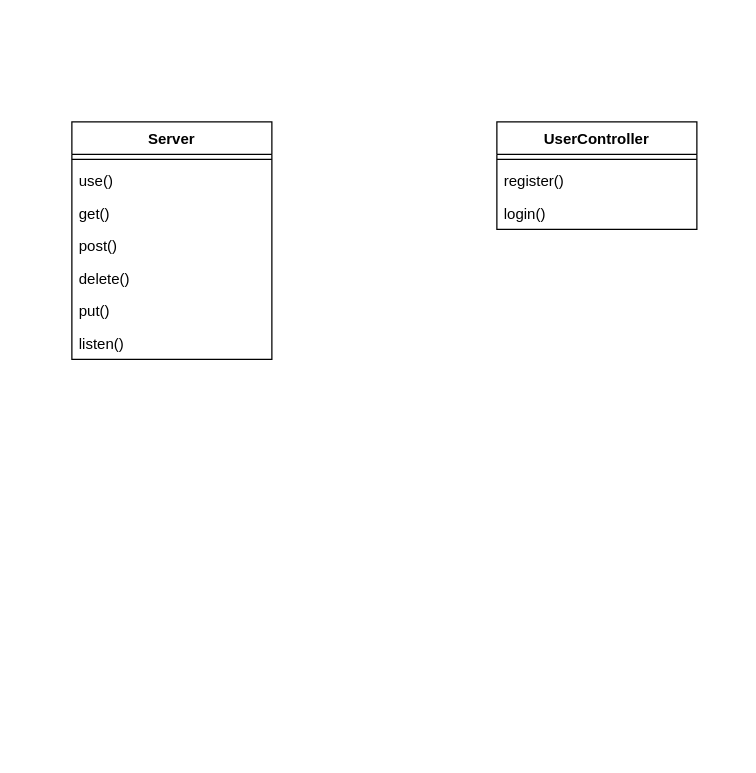
Before: DiagramaClass.drawio in manuely32/Diagramas, a draw.io diagram. Source tidied: cells renumbered, new cells numbered last; positions are measured from the earlier drawing's top-left corner, leaving out a move shared by most shapes. Both pictures are drawn from the tidied source at 125%, with x=0, y=0 at pixel (71, 121).
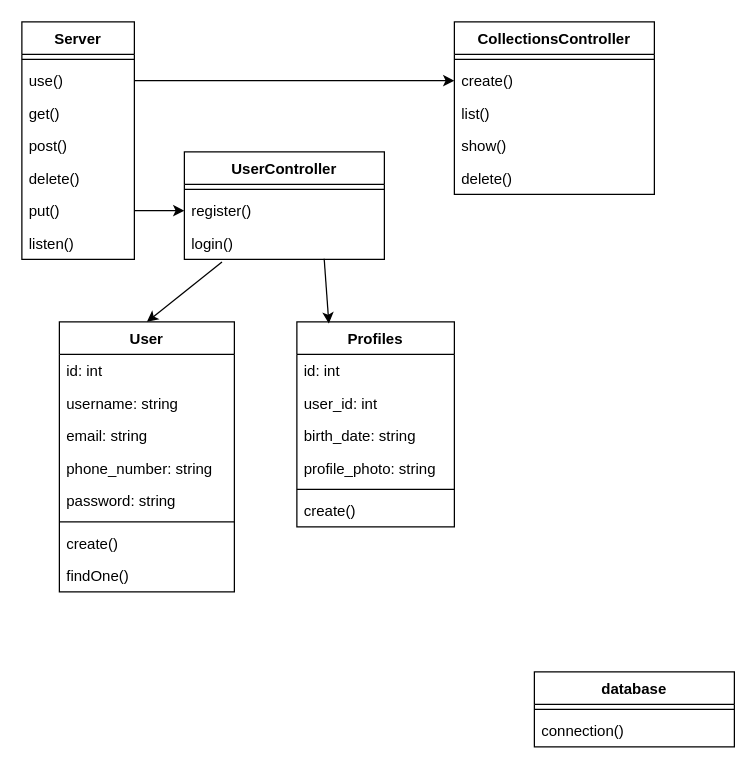
The same diagram, later.

The change refers to these unchanged cells:
```xml
<mxCell id="12" value="register()" style="text;strokeColor=none;fillColor=none;align=left;verticalAlign=top;spacingLeft=4;spacingRight=4;overflow=hidden;points=[[0,0.5],[1,0.5]];portConstraint=eastwest;whiteSpace=wrap;html=1;" parent="10" vertex="1">
  <mxGeometry y="34" width="160" height="26" as="geometry" />
</mxCell>
<mxCell id="13" value="login()" style="text;strokeColor=none;fillColor=none;align=left;verticalAlign=top;spacingLeft=4;spacingRight=4;overflow=hidden;points=[[0,0.5],[1,0.5]];portConstraint=eastwest;whiteSpace=wrap;html=1;" parent="10" vertex="1">
  <mxGeometry y="60" width="160" height="26" as="geometry" />
</mxCell>
```

The edit, as a diff of the source:
```diff
@@
     <mxCell id="2" value="Server" style="swimlane;fontStyle=1;align=center;verticalAlign=top;horizontal=1;startSize=26;whiteSpace=wrap;html=1;" parent="1" vertex="1">
-      <mxGeometry width="160" height="190" as="geometry" />
+      <mxGeometry x="-40" y="-80" width="90" height="190" as="geometry" />
     </mxCell>
     <mxCell id="3" style="line;strokeWidth=1;fillColor=none;align=left;verticalAlign=middle;spacingTop=-1;spacingLeft=3;spacingRight=3;labelPosition=right;strokeColor=inherit;" parent="2" vertex="1">
-      <mxGeometry y="26" width="160" height="8" as="geometry" />
+      <mxGeometry y="26" width="90" height="8" as="geometry" />
     </mxCell>
     <mxCell id="4" value="use()" style="text;strokeColor=none;fillColor=none;align=left;verticalAlign=top;spacingLeft=4;spacingRight=4;overflow=hidden;points=[[0,0.5],[1,0.5]];portConstraint=eastwest;whiteSpace=wrap;html=1;" parent="2" vertex="1">
-      <mxGeometry y="34" width="160" height="26" as="geometry" />
+      <mxGeometry y="34" width="90" height="26" as="geometry" />
     </mxCell>
     <mxCell id="5" value="get()" style="text;strokeColor=none;fillColor=none;align=left;verticalAlign=top;spacingLeft=4;spacingRight=4;overflow=hidden;whiteSpace=wrap;html=1;" parent="2" vertex="1">
-      <mxGeometry y="60" width="160" height="26" as="geometry" />
+      <mxGeometry y="60" width="90" height="26" as="geometry" />
     </mxCell>
     <mxCell id="6" value="post()" style="text;strokeColor=none;fillColor=none;align=left;verticalAlign=top;spacingLeft=4;spacingRight=4;overflow=hidden;whiteSpace=wrap;html=1;" parent="2" vertex="1">
-      <mxGeometry y="86" width="160" height="26" as="geometry" />
+      <mxGeometry y="86" width="90" height="26" as="geometry" />
     </mxCell>
     <mxCell id="7" value="delete()" style="text;strokeColor=none;fillColor=none;align=left;verticalAlign=top;spacingLeft=4;spacingRight=4;overflow=hidden;whiteSpace=wrap;html=1;" parent="2" vertex="1">
-      <mxGeometry y="112" width="160" height="26" as="geometry" />
+      <mxGeometry y="112" width="90" height="26" as="geometry" />
     </mxCell>
     <mxCell id="8" value="put()" style="text;strokeColor=none;fillColor=none;align=left;verticalAlign=top;spacingLeft=4;spacingRight=4;overflow=hidden;points=[[0,0.5],[1,0.5]];portConstraint=eastwest;whiteSpace=wrap;html=1;" parent="2" vertex="1">
-      <mxGeometry y="138" width="160" height="26" as="geometry" />
+      <mxGeometry y="138" width="90" height="26" as="geometry" />
     </mxCell>
     <mxCell id="9" value="listen()" style="text;strokeColor=none;fillColor=none;align=left;verticalAlign=top;spacingLeft=4;spacingRight=4;overflow=hidden;whiteSpace=wrap;html=1;" parent="2" vertex="1">
-      <mxGeometry y="164" width="160" height="26" as="geometry" />
+      <mxGeometry y="164" width="90" height="26" as="geometry" />
     </mxCell>
     <mxCell id="10" value="UserController" style="swimlane;fontStyle=1;align=center;verticalAlign=top;horizontal=1;startSize=26;whiteSpace=wrap;html=1;" parent="1" vertex="1">
-      <mxGeometry x="340" width="160" height="86" as="geometry" />
+      <mxGeometry x="90" y="24" width="160" height="86" as="geometry" />
     </mxCell>
@@
+    <mxCell id="14" value="User" style="swimlane;fontStyle=1;align=center;verticalAlign=top;horizontal=1;startSize=26;whiteSpace=wrap;html=1;" parent="1" vertex="1">
+      <mxGeometry x="-10" y="160" width="140" height="216" as="geometry" />
+    </mxCell>
+    <mxCell id="15" value="id: int" style="text;strokeColor=none;fillColor=none;align=left;verticalAlign=top;spacingLeft=4;spacingRight=4;overflow=hidden;whiteSpace=wrap;html=1;" parent="14" vertex="1">
+      <mxGeometry y="26" width="140" height="26" as="geometry" />
+    </mxCell>
+    <mxCell id="16" value="username: string" style="text;strokeColor=none;fillColor=none;align=left;verticalAlign=top;spacingLeft=4;spacingRight=4;overflow=hidden;whiteSpace=wrap;html=1;" parent="14" vertex="1">
+      <mxGeometry y="52" width="140" height="26" as="geometry" />
+    </mxCell>
+    <mxCell id="17" value="email: string" style="text;strokeColor=none;fillColor=none;align=left;verticalAlign=top;spacingLeft=4;spacingRight=4;overflow=hidden;whiteSpace=wrap;html=1;" parent="14" vertex="1">
+      <mxGeometry y="78" width="140" height="26" as="geometry" />
+    </mxCell>
+    <mxCell id="18" value="phone_number: string" style="text;strokeColor=none;fillColor=none;align=left;verticalAlign=top;spacingLeft=4;spacingRight=4;overflow=hidden;whiteSpace=wrap;html=1;" parent="14" vertex="1">
+      <mxGeometry y="104" width="140" height="26" as="geometry" />
+    </mxCell>
+    <mxCell id="19" value="password: string" style="text;strokeColor=none;fillColor=none;align=left;verticalAlign=top;spacingLeft=4;spacingRight=4;overflow=hidden;whiteSpace=wrap;html=1;" parent="14" vertex="1">
+      <mxGeometry y="130" width="140" height="26" as="geometry" />
+    </mxCell>
+    <mxCell id="20" style="line;strokeWidth=1;fillColor=none;align=left;verticalAlign=middle;spacingTop=-1;spacingLeft=3;spacingRight=3;labelPosition=right;strokeColor=inherit;" parent="14" vertex="1">
+      <mxGeometry y="156" width="140" height="8" as="geometry" />
+    </mxCell>
+    <mxCell id="21" value="create()" style="text;strokeColor=none;fillColor=none;align=left;verticalAlign=top;spacingLeft=4;spacingRight=4;overflow=hidden;whiteSpace=wrap;html=1;" parent="14" vertex="1">
+      <mxGeometry y="164" width="140" height="26" as="geometry" />
+    </mxCell>
+    <mxCell id="22" value="findOne()" style="text;strokeColor=none;fillColor=none;align=left;verticalAlign=top;spacingLeft=4;spacingRight=4;overflow=hidden;whiteSpace=wrap;html=1;" parent="14" vertex="1">
+      <mxGeometry y="190" width="140" height="26" as="geometry" />
+    </mxCell>
+    <mxCell id="23" value="Profiles" style="swimlane;fontStyle=1;align=center;verticalAlign=top;horizontal=1;startSize=26;whiteSpace=wrap;html=1;" parent="1" vertex="1">
+      <mxGeometry x="180" y="160" width="126" height="164" as="geometry" />
+    </mxCell>
+    <mxCell id="24" value="id: int" style="text;strokeColor=none;fillColor=none;align=left;verticalAlign=top;spacingLeft=4;spacingRight=4;overflow=hidden;whiteSpace=wrap;html=1;" parent="23" vertex="1">
+      <mxGeometry y="26" width="126" height="26" as="geometry" />
+    </mxCell>
+    <mxCell id="25" value="user_id: int" style="text;strokeColor=none;fillColor=none;align=left;verticalAlign=top;spacingLeft=4;spacingRight=4;overflow=hidden;whiteSpace=wrap;html=1;" parent="23" vertex="1">
+      <mxGeometry y="52" width="126" height="26" as="geometry" />
+    </mxCell>
+    <mxCell id="26" value="birth_date: string" style="text;strokeColor=none;fillColor=none;align=left;verticalAlign=top;spacingLeft=4;spacingRight=4;overflow=hidden;whiteSpace=wrap;html=1;" parent="23" vertex="1">
+      <mxGeometry y="78" width="126" height="26" as="geometry" />
+    </mxCell>
+    <mxCell id="27" value="profile_photo: string" style="text;strokeColor=none;fillColor=none;align=left;verticalAlign=top;spacingLeft=4;spacingRight=4;overflow=hidden;whiteSpace=wrap;html=1;" parent="23" vertex="1">
+      <mxGeometry y="104" width="126" height="26" as="geometry" />
+    </mxCell>
+    <mxCell id="28" style="line;strokeWidth=1;fillColor=none;align=left;verticalAlign=middle;spacingTop=-1;spacingLeft=3;spacingRight=3;labelPosition=right;strokeColor=inherit;" parent="23" vertex="1">
+      <mxGeometry y="130" width="126" height="8" as="geometry" />
+    </mxCell>
+    <mxCell id="29" value="create()" style="text;strokeColor=none;fillColor=none;align=left;verticalAlign=top;spacingLeft=4;spacingRight=4;overflow=hidden;whiteSpace=wrap;html=1;" parent="23" vertex="1">
+      <mxGeometry y="138" width="126" height="26" as="geometry" />
+    </mxCell>
+    <mxCell id="30" value="database" style="swimlane;fontStyle=1;align=center;verticalAlign=top;horizontal=1;startSize=26;whiteSpace=wrap;html=1;" parent="1" vertex="1">
+      <mxGeometry x="370" y="440" width="160" height="60" as="geometry" />
+    </mxCell>
+    <mxCell id="31" style="line;strokeWidth=1;fillColor=none;align=left;verticalAlign=middle;spacingTop=-1;spacingLeft=3;spacingRight=3;labelPosition=right;strokeColor=inherit;" parent="30" vertex="1">
+      <mxGeometry y="26" width="160" height="8" as="geometry" />
+    </mxCell>
+    <mxCell id="32" value="connection()" style="text;strokeColor=none;fillColor=none;align=left;verticalAlign=top;spacingLeft=4;spacingRight=4;overflow=hidden;whiteSpace=wrap;html=1;" parent="30" vertex="1">
+      <mxGeometry y="34" width="160" height="26" as="geometry" />
+    </mxCell>
+    <mxCell id="33" style="endArrow=classic;html=1;rounded=0;entryX=0;entryY=0.5;entryDx=0;entryDy=0;exitX=1;exitY=0.5;exitDx=0;exitDy=0;" parent="1" edge="1" source="8" target="12">
+      <mxGeometry relative="1" as="geometry" />
+    </mxCell>
+    <mxCell id="34" style="endArrow=classic;html=1;rounded=0;exitX=0.188;exitY=1.08;exitDx=0;exitDy=0;exitPerimeter=0;entryX=0.5;entryY=0;entryDx=0;entryDy=0;" parent="1" edge="1" source="13" target="14">
+      <mxGeometry relative="1" as="geometry" />
+    </mxCell>
+    <mxCell id="35" style="endArrow=classic;html=1;rounded=0;exitX=0.699;exitY=0.982;exitDx=0;exitDy=0;exitPerimeter=0;entryX=0.203;entryY=0.008;entryDx=0;entryDy=0;entryPerimeter=0;" parent="1" edge="1" source="13" target="23">
+      <mxGeometry relative="1" as="geometry" />
+    </mxCell>
+    <mxCell id="36" value="CollectionsController" style="swimlane;fontStyle=1;align=center;verticalAlign=top;horizontal=1;startSize=26;whiteSpace=wrap;html=1;" parent="1" vertex="1">
+      <mxGeometry x="306" y="-80" width="160" height="138" as="geometry" />
+    </mxCell>
+    <mxCell id="37" style="line;strokeWidth=1;fillColor=none;align=left;verticalAlign=middle;spacingTop=-1;spacingLeft=3;spacingRight=3;labelPosition=right;strokeColor=inherit;" parent="36" vertex="1">
+      <mxGeometry y="26" width="160" height="8" as="geometry" />
+    </mxCell>
+    <mxCell id="38" value="create()" style="text;strokeColor=none;fillColor=none;align=left;verticalAlign=top;spacingLeft=4;spacingRight=4;overflow=hidden;points=[[0,0.5],[1,0.5]];portConstraint=eastwest;whiteSpace=wrap;html=1;" parent="36" vertex="1">
+      <mxGeometry y="34" width="160" height="26" as="geometry" />
+    </mxCell>
+    <mxCell id="39" value="list()" style="text;strokeColor=none;fillColor=none;align=left;verticalAlign=top;spacingLeft=4;spacingRight=4;overflow=hidden;whiteSpace=wrap;html=1;" parent="36" vertex="1">
+      <mxGeometry y="60" width="160" height="26" as="geometry" />
+    </mxCell>
+    <mxCell id="40" value="show()" style="text;strokeColor=none;fillColor=none;align=left;verticalAlign=top;spacingLeft=4;spacingRight=4;overflow=hidden;whiteSpace=wrap;html=1;" parent="36" vertex="1">
+      <mxGeometry y="86" width="160" height="26" as="geometry" />
+    </mxCell>
+    <mxCell id="41" value="delete()" style="text;strokeColor=none;fillColor=none;align=left;verticalAlign=top;spacingLeft=4;spacingRight=4;overflow=hidden;whiteSpace=wrap;html=1;" parent="36" vertex="1">
+      <mxGeometry y="112" width="160" height="26" as="geometry" />
+    </mxCell>
+    <mxCell id="42" style="endArrow=classic;html=1;rounded=0;exitX=1;exitY=0.5;exitDx=0;exitDy=0;entryX=0;entryY=0.5;entryDx=0;entryDy=0;" parent="1" edge="1" source="4" target="38">
+      <mxGeometry relative="1" as="geometry" />
+    </mxCell>
```
